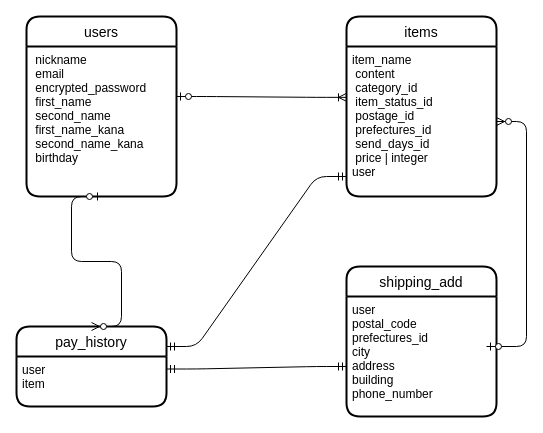
junoota0115/furima-37983 keeps this draw.io diagram as frima-37983.dio. Above is the earlier version. Source tidied: cells renumbered, new cells numbered last; positions are measured from the earlier drawing's top-left corner, leaving out a move shared by most shapes. Both pictures are drawn from the tidied source at 100%, with x=0, y=0 at pixel (16, 16).
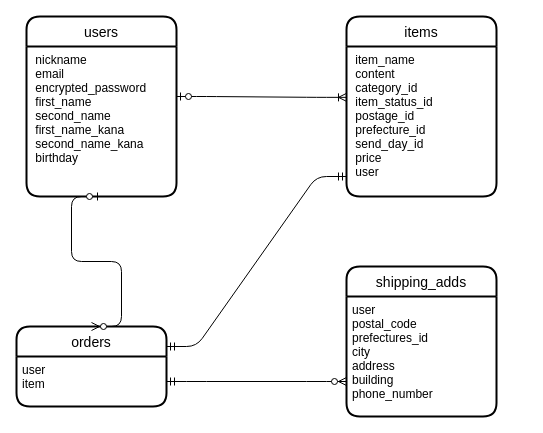
The same diagram, later.

Change to the diagram source:
```diff
@@
 <mxGraphModel>
   <root>
     <mxCell id="0" />
     <mxCell id="1" parent="0" />
     <mxCell id="2" value="users" style="swimlane;horizontal=1;startSize=30;rounded=1;fontSize=14;fontStyle=0;strokeWidth=2;shadow=0;dashed=0;align=center;" parent="1" vertex="1">
       <mxGeometry x="10" width="150" height="180" as="geometry" />
     </mxCell>
     <mxCell id="3" value=" nickname&#10; email &#10; encrypted_password &#10; first_name &#10; second_name &#10; first_name_kana &#10; second_name_kana &#10; birthday" style="align=left;strokeColor=none;fillColor=none;spacingLeft=4;fontSize=12;verticalAlign=top;" parent="2" vertex="1">
       <mxGeometry y="30" width="150" height="150" as="geometry" />
     </mxCell>
-    <mxCell id="4" value="shipping_add" style="swimlane;horizontal=1;startSize=30;rounded=1;fontSize=14;fontStyle=0;strokeWidth=2;shadow=0;dashed=0;align=center;" parent="1" vertex="1">
+    <mxCell id="4" value="shipping_adds" style="swimlane;horizontal=1;startSize=30;rounded=1;fontSize=14;fontStyle=0;strokeWidth=2;shadow=0;dashed=0;align=center;" parent="1" vertex="1">
       <mxGeometry x="330" y="250" width="150" height="150" as="geometry" />
     </mxCell>
     <mxCell id="5" value="user&#10;postal_code &#10;prefectures_id&#10;city &#10;address &#10;building &#10;phone_number" style="align=left;strokeColor=none;fillColor=none;spacingLeft=4;fontSize=12;verticalAlign=top;" parent="4" vertex="1">
       <mxGeometry y="30" width="150" height="120" as="geometry" />
     </mxCell>
-    <mxCell id="6" value="pay_history" style="swimlane;horizontal=1;startSize=30;rounded=1;fontSize=14;fontStyle=0;strokeWidth=2;shadow=0;dashed=0;align=center;" parent="1" vertex="1">
+    <mxCell id="6" value="orders" style="swimlane;horizontal=1;startSize=30;rounded=1;fontSize=14;fontStyle=0;strokeWidth=2;shadow=0;dashed=0;align=center;" parent="1" vertex="1">
       <mxGeometry y="310" width="150" height="80" as="geometry" />
     </mxCell>
     <mxCell id="7" value="user&#10;item" style="align=left;strokeColor=none;fillColor=none;spacingLeft=4;fontSize=12;verticalAlign=top;" parent="6" vertex="1">
       <mxGeometry y="30" width="150" height="50" as="geometry" />
     </mxCell>
     <mxCell id="8" value="items" style="swimlane;horizontal=1;startSize=30;rounded=1;fontSize=14;fontStyle=0;strokeWidth=2;shadow=0;dashed=0;align=center;" parent="1" vertex="1">
       <mxGeometry x="330" width="150" height="180" as="geometry" />
     </mxCell>
-    <mxCell id="9" value="item_name&#10; content &#10; category_id&#10; item_status_id &#10; postage_id &#10; prefectures_id &#10; send_days_id  &#10; price           | integer &#10;user        " style="align=left;strokeColor=none;fillColor=none;spacingLeft=4;fontSize=12;verticalAlign=top;" parent="8" vertex="1">
+    <mxCell id="9" value=" item_name&#10; content &#10; category_id&#10; item_status_id &#10; postage_id &#10; prefecture_id &#10; send_day_id  &#10; price  &#10; user        " style="align=left;strokeColor=none;fillColor=none;spacingLeft=4;fontSize=12;verticalAlign=top;" parent="8" vertex="1">
       <mxGeometry y="30" width="150" height="150" as="geometry" />
     </mxCell>
     <mxCell id="10" style="edgeStyle=entityRelationEdgeStyle;fontSize=12;html=1;endArrow=ERoneToMany;startArrow=ERzeroToOne;entryX=0;entryY=0.339;entryDx=0;entryDy=0;entryPerimeter=0;" parent="1" edge="1" target="9">
       <mxGeometry relative="1" as="geometry">
         <mxPoint x="160" y="80" as="sourcePoint" />
       </mxGeometry>
     </mxCell>
-    <mxCell id="11" style="edgeStyle=entityRelationEdgeStyle;fontSize=12;html=1;endArrow=ERzeroToMany;startArrow=ERzeroToOne;exitX=0.5;exitY=1;exitDx=0;exitDy=0;entryX=0.5;entryY=0;entryDx=0;entryDy=0;" parent="1" edge="1" source="3" target="6">
+    <mxCell id="11" style="edgeStyle=entityRelationEdgeStyle;fontSize=12;html=1;endArrow=ERzeroToMany;startArrow=ERzeroToOne;entryX=0.5;entryY=0;entryDx=0;entryDy=0;exitX=0.5;exitY=1;exitDx=0;exitDy=0;" parent="1" edge="1" source="3" target="6">
       <mxGeometry relative="1" as="geometry" />
     </mxCell>
-    <mxCell id="12" style="edgeStyle=entityRelationEdgeStyle;fontSize=12;html=1;endArrow=ERzeroToMany;startArrow=ERzeroToOne;" parent="1" edge="1" target="9">
-      <mxGeometry relative="1" as="geometry">
-        <mxPoint x="470" y="330" as="sourcePoint" />
-      </mxGeometry>
-    </mxCell>
-    <mxCell id="13" style="edgeStyle=entityRelationEdgeStyle;fontSize=12;html=1;endArrow=ERmandOne;startArrow=ERmandOne;exitX=1;exitY=0.25;exitDx=0;exitDy=0;" parent="1" edge="1" source="7">
-      <mxGeometry relative="1" as="geometry">
-        <mxPoint x="330" y="350" as="targetPoint" />
-      </mxGeometry>
-    </mxCell>
     <mxCell id="14" style="edgeStyle=entityRelationEdgeStyle;fontSize=12;html=1;endArrow=ERmandOne;startArrow=ERmandOne;exitX=1;exitY=0.25;exitDx=0;exitDy=0;" parent="1" edge="1" source="6">
       <mxGeometry relative="1" as="geometry">
         <mxPoint x="330" y="160" as="targetPoint" />
       </mxGeometry>
     </mxCell>
+    <mxCell id="15" style="edgeStyle=entityRelationEdgeStyle;fontSize=12;html=1;endArrow=ERzeroToMany;startArrow=ERmandOne;exitX=1;exitY=0.5;exitDx=0;exitDy=0;" parent="1" edge="1" source="7">
+      <mxGeometry relative="1" as="geometry">
+        <mxPoint x="330" y="365" as="targetPoint" />
+      </mxGeometry>
+    </mxCell>
   </root>
 </mxGraphModel>
```
